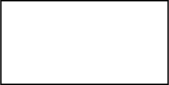
The draw.io diagram FM-INDEX.drawio.svg in csyourui/bgi_figure, before a commit. Source tidied: cells renumbered, new cells last; positions are measured from the earlier drawing's top-left corner, leaving out a move shared by most shapes.
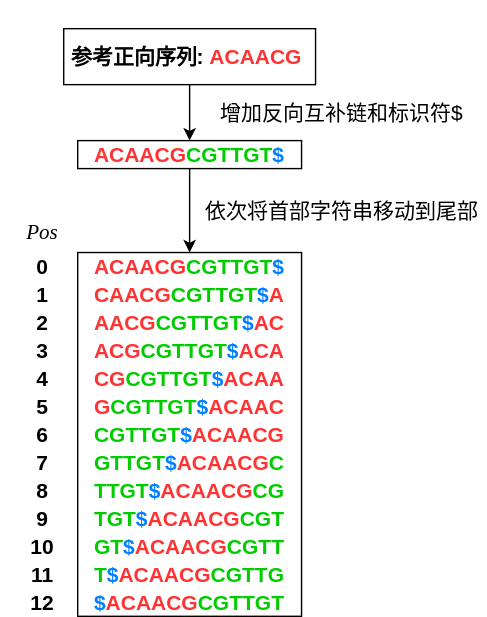
Above is the later version.

The edit, as a diff of the source:
```diff
@@ -2,8 +2,116 @@
   <root>
     <mxCell id="0" />
     <mxCell id="1" parent="0" />
+    <mxCell id="3" style="rounded=0;whiteSpace=wrap;html=1;fontSize=15;fontColor=#000000;strokeColor=default;" parent="1" vertex="1">
+      <mxGeometry y="80" width="160" height="260" as="geometry" />
+    </mxCell>
-    <mxCell id="2" style="rounded=0;whiteSpace=wrap;html=1;" parent="1" vertex="1">
-      <mxGeometry width="120" height="60" as="geometry" />
+    <mxCell id="2" value="&lt;font style=&quot;font-size: 15px;&quot;&gt;&lt;b&gt;&lt;font color=&quot;#ff3333&quot;&gt;ACAACG&lt;/font&gt;&lt;/b&gt;&lt;b&gt;&lt;font color=&quot;#00cc00&quot;&gt;CGTTGT&lt;/font&gt;&lt;/b&gt;&lt;/font&gt;&lt;b style=&quot;font-size: 15px;&quot;&gt;&lt;font color=&quot;#007fff&quot;&gt;$&lt;/font&gt;&lt;/b&gt;" style="rounded=0;whiteSpace=wrap;html=1;" parent="1" vertex="1">
+      <mxGeometry width="160" height="20" as="geometry" />
     </mxCell>
+    <mxCell id="4" style="group;" parent="1" vertex="1">
+      <mxGeometry x="-10" y="-100" width="280" height="30" as="geometry" />
+    </mxCell>
+    <mxCell id="5" value="&lt;div style=&quot;text-align: center;&quot;&gt;&lt;br&gt;&lt;/div&gt;" style="text;whiteSpace=wrap;html=1;fontSize=15;fontColor=#00CC00;" parent="4" vertex="1">
+      <mxGeometry width="170" height="30" as="geometry" />
+    </mxCell>
+    <mxCell id="6" style="edgeStyle=orthogonalEdgeStyle;rounded=0;jettySize=auto;html=1;fontSize=15;fontColor=#FF3333;" parent="1" edge="1" source="7" target="2">
+      <mxGeometry relative="1" as="geometry" />
+    </mxCell>
+    <mxCell id="7" value="&lt;b style=&quot;color: rgb(0, 204, 0);&quot;&gt;&lt;font color=&quot;#000000&quot;&gt;参考正向序列:&amp;nbsp;&lt;/font&gt;&lt;font color=&quot;#ff3333&quot;&gt;ACAACG&lt;/font&gt;&lt;font color=&quot;#000000&quot;&gt;&amp;nbsp;&lt;/font&gt;&lt;/b&gt;" style="rounded=0;whiteSpace=wrap;html=1;fontSize=15;fontColor=#FF3333;" parent="1" vertex="1">
+      <mxGeometry x="-10" y="-80" width="180" height="40" as="geometry" />
+    </mxCell>
+    <mxCell id="8" value="&lt;font color=&quot;#000000&quot;&gt;增加反向互补链和标识符$&lt;/font&gt;" style="text;html=1;strokeColor=none;fillColor=none;align=center;verticalAlign=middle;whiteSpace=wrap;rounded=0;fontSize=15;fontColor=#FF3333;" parent="1" vertex="1">
+      <mxGeometry x="94" y="-40" width="190" height="40" as="geometry" />
+    </mxCell>
+    <mxCell id="9" value="&lt;b&gt;&lt;font color=&quot;#ff3333&quot;&gt;ACAACG&lt;/font&gt;&lt;/b&gt;&lt;b&gt;&lt;font color=&quot;#00cc00&quot;&gt;CGTTGT&lt;/font&gt;&lt;font color=&quot;#007fff&quot;&gt;$&lt;/font&gt;&lt;/b&gt;" style="text;html=1;strokeColor=none;fillColor=none;align=center;verticalAlign=middle;whiteSpace=wrap;rounded=0;fontSize=15;fontColor=#000000;" parent="1" vertex="1">
+      <mxGeometry y="80" width="160" height="20" as="geometry" />
+    </mxCell>
+    <mxCell id="10" value="&lt;b&gt;&lt;font color=&quot;#ff3333&quot;&gt;CAACG&lt;/font&gt;&lt;/b&gt;&lt;b&gt;&lt;font color=&quot;#00cc00&quot;&gt;CGTTGT&lt;/font&gt;&lt;font color=&quot;#007fff&quot;&gt;$&lt;/font&gt;&lt;font color=&quot;#ff3333&quot;&gt;A&lt;/font&gt;&lt;/b&gt;" style="text;html=1;strokeColor=none;fillColor=none;align=center;verticalAlign=middle;whiteSpace=wrap;rounded=0;fontSize=15;fontColor=#000000;" parent="1" vertex="1">
+      <mxGeometry y="100" width="160" height="20" as="geometry" />
+    </mxCell>
+    <mxCell id="11" value="&lt;b&gt;&lt;font color=&quot;#ff3333&quot;&gt;AACG&lt;/font&gt;&lt;/b&gt;&lt;b&gt;&lt;font color=&quot;#00cc00&quot;&gt;CGTTGT&lt;/font&gt;&lt;font color=&quot;#007fff&quot;&gt;$&lt;/font&gt;&lt;font color=&quot;#ff3333&quot;&gt;AC&lt;/font&gt;&lt;/b&gt;" style="text;html=1;strokeColor=none;fillColor=none;align=center;verticalAlign=middle;whiteSpace=wrap;rounded=0;fontSize=15;fontColor=#000000;" parent="1" vertex="1">
+      <mxGeometry y="120" width="160" height="20" as="geometry" />
+    </mxCell>
+    <mxCell id="12" value="&lt;b&gt;&lt;font color=&quot;#ff3333&quot;&gt;ACG&lt;/font&gt;&lt;/b&gt;&lt;b&gt;&lt;font color=&quot;#00cc00&quot;&gt;CGTTGT&lt;/font&gt;&lt;font color=&quot;#007fff&quot;&gt;$&lt;/font&gt;&lt;font color=&quot;#ff3333&quot;&gt;ACA&lt;/font&gt;&lt;/b&gt;" style="text;html=1;strokeColor=none;fillColor=none;align=center;verticalAlign=middle;whiteSpace=wrap;rounded=0;fontSize=15;fontColor=#000000;" parent="1" vertex="1">
+      <mxGeometry y="140" width="160" height="20" as="geometry" />
+    </mxCell>
+    <mxCell id="13" value="&lt;b&gt;&lt;font color=&quot;#ff3333&quot;&gt;CG&lt;/font&gt;&lt;/b&gt;&lt;b&gt;&lt;font color=&quot;#00cc00&quot;&gt;CGTTGT&lt;/font&gt;&lt;font color=&quot;#007fff&quot;&gt;$&lt;/font&gt;&lt;font color=&quot;#ff3333&quot;&gt;ACAA&lt;/font&gt;&lt;/b&gt;" style="text;html=1;strokeColor=none;fillColor=none;align=center;verticalAlign=middle;whiteSpace=wrap;rounded=0;fontSize=15;fontColor=#000000;" parent="1" vertex="1">
+      <mxGeometry y="160" width="160" height="20" as="geometry" />
+    </mxCell>
+    <mxCell id="14" value="&lt;b&gt;&lt;font color=&quot;#ff3333&quot;&gt;G&lt;/font&gt;&lt;/b&gt;&lt;b&gt;&lt;font color=&quot;#00cc00&quot;&gt;CGTTGT&lt;/font&gt;&lt;font color=&quot;#007fff&quot;&gt;$&lt;/font&gt;&lt;font color=&quot;#ff3333&quot;&gt;ACAAC&lt;/font&gt;&lt;/b&gt;" style="text;html=1;strokeColor=none;fillColor=none;align=center;verticalAlign=middle;whiteSpace=wrap;rounded=0;fontSize=15;fontColor=#000000;" parent="1" vertex="1">
+      <mxGeometry y="180" width="160" height="20" as="geometry" />
+    </mxCell>
+    <mxCell id="15" value="&lt;b&gt;&lt;font color=&quot;#00cc00&quot;&gt;CGTTGT&lt;/font&gt;&lt;font color=&quot;#007fff&quot;&gt;$&lt;/font&gt;&lt;font color=&quot;#ff3333&quot;&gt;ACAACG&lt;/font&gt;&lt;/b&gt;" style="text;html=1;strokeColor=none;fillColor=none;align=center;verticalAlign=middle;whiteSpace=wrap;rounded=0;fontSize=15;fontColor=#000000;" parent="1" vertex="1">
+      <mxGeometry y="200" width="160" height="20" as="geometry" />
+    </mxCell>
+    <mxCell id="16" value="&lt;b&gt;&lt;font color=&quot;#00cc00&quot;&gt;GTTGT&lt;/font&gt;&lt;font color=&quot;#007fff&quot;&gt;$&lt;/font&gt;&lt;font color=&quot;#ff3333&quot;&gt;ACAACG&lt;/font&gt;&lt;/b&gt;&lt;b&gt;&lt;font color=&quot;#00cc00&quot;&gt;C&lt;/font&gt;&lt;/b&gt;" style="text;html=1;strokeColor=none;fillColor=none;align=center;verticalAlign=middle;whiteSpace=wrap;rounded=0;fontSize=15;fontColor=#000000;" parent="1" vertex="1">
+      <mxGeometry y="220" width="160" height="20" as="geometry" />
+    </mxCell>
+    <mxCell id="17" value="&lt;b&gt;&lt;font color=&quot;#00cc00&quot;&gt;TTGT&lt;/font&gt;&lt;font color=&quot;#007fff&quot;&gt;$&lt;/font&gt;&lt;font color=&quot;#ff3333&quot;&gt;ACAACG&lt;/font&gt;&lt;/b&gt;&lt;b&gt;&lt;font color=&quot;#00cc00&quot;&gt;CG&lt;/font&gt;&lt;/b&gt;" style="text;html=1;strokeColor=none;fillColor=none;align=center;verticalAlign=middle;whiteSpace=wrap;rounded=0;fontSize=15;fontColor=#000000;" parent="1" vertex="1">
+      <mxGeometry y="240" width="160" height="20" as="geometry" />
+    </mxCell>
+    <mxCell id="18" value="&lt;b&gt;&lt;font color=&quot;#00cc00&quot;&gt;TGT&lt;/font&gt;&lt;font color=&quot;#007fff&quot;&gt;$&lt;/font&gt;&lt;font color=&quot;#ff3333&quot;&gt;ACAACG&lt;/font&gt;&lt;/b&gt;&lt;b&gt;&lt;font color=&quot;#00cc00&quot;&gt;CGT&lt;/font&gt;&lt;/b&gt;" style="text;html=1;strokeColor=none;fillColor=none;align=center;verticalAlign=middle;whiteSpace=wrap;rounded=0;fontSize=15;fontColor=#000000;" parent="1" vertex="1">
+      <mxGeometry y="260" width="160" height="20" as="geometry" />
+    </mxCell>
+    <mxCell id="19" value="&lt;b&gt;&lt;font color=&quot;#00cc00&quot;&gt;GT&lt;/font&gt;&lt;font color=&quot;#007fff&quot;&gt;$&lt;/font&gt;&lt;font color=&quot;#ff3333&quot;&gt;ACAACG&lt;/font&gt;&lt;/b&gt;&lt;b&gt;&lt;font color=&quot;#00cc00&quot;&gt;CGTT&lt;/font&gt;&lt;/b&gt;" style="text;html=1;strokeColor=none;fillColor=none;align=center;verticalAlign=middle;whiteSpace=wrap;rounded=0;fontSize=15;fontColor=#000000;" parent="1" vertex="1">
+      <mxGeometry y="280" width="160" height="20" as="geometry" />
+    </mxCell>
+    <mxCell id="20" value="&lt;b&gt;&lt;font color=&quot;#00cc00&quot;&gt;T&lt;/font&gt;&lt;font color=&quot;#007fff&quot;&gt;$&lt;/font&gt;&lt;font color=&quot;#ff3333&quot;&gt;ACAACG&lt;/font&gt;&lt;/b&gt;&lt;b&gt;&lt;font color=&quot;#00cc00&quot;&gt;CGTTG&lt;/font&gt;&lt;/b&gt;" style="text;html=1;strokeColor=none;fillColor=none;align=center;verticalAlign=middle;whiteSpace=wrap;rounded=0;fontSize=15;fontColor=#000000;" parent="1" vertex="1">
+      <mxGeometry y="300" width="160" height="20" as="geometry" />
+    </mxCell>
+    <mxCell id="21" value="&lt;b&gt;&lt;font color=&quot;#007fff&quot;&gt;$&lt;/font&gt;&lt;font color=&quot;#ff3333&quot;&gt;ACAACG&lt;/font&gt;&lt;/b&gt;&lt;b&gt;&lt;font color=&quot;#00cc00&quot;&gt;CGTTGT&lt;/font&gt;&lt;/b&gt;" style="text;html=1;strokeColor=none;fillColor=none;align=center;verticalAlign=middle;whiteSpace=wrap;rounded=0;fontSize=15;fontColor=#000000;" parent="1" vertex="1">
+      <mxGeometry y="320" width="160" height="20" as="geometry" />
+    </mxCell>
+    <mxCell id="22" value="&lt;font face=&quot;Times New Roman&quot;&gt;&lt;i&gt;Pos&lt;/i&gt;&lt;/font&gt;" style="text;html=1;strokeColor=none;fillColor=none;align=center;verticalAlign=middle;whiteSpace=wrap;rounded=0;fontSize=15;fontColor=#000000;" parent="1" vertex="1">
+      <mxGeometry x="-55" y="50" width="60" height="30" as="geometry" />
+    </mxCell>
+    <mxCell id="23" style="group;" parent="1" vertex="1">
+      <mxGeometry x="-40" y="80" width="30" height="260" as="geometry" />
+    </mxCell>
+    <mxCell id="24" value="&lt;font&gt;&lt;b&gt;0&lt;/b&gt;&lt;/font&gt;" style="text;html=1;strokeColor=none;fillColor=none;align=center;verticalAlign=middle;whiteSpace=wrap;rounded=0;fontSize=15;fontColor=#000000;" parent="23" vertex="1">
+      <mxGeometry width="30" height="20" as="geometry" />
+    </mxCell>
+    <mxCell id="25" value="&lt;font&gt;&lt;b&gt;1&lt;/b&gt;&lt;/font&gt;" style="text;html=1;strokeColor=none;fillColor=none;align=center;verticalAlign=middle;whiteSpace=wrap;rounded=0;fontSize=15;fontColor=#000000;" parent="23" vertex="1">
+      <mxGeometry y="20" width="30" height="20" as="geometry" />
+    </mxCell>
+    <mxCell id="26" value="&lt;font&gt;&lt;b&gt;2&lt;/b&gt;&lt;/font&gt;" style="text;html=1;strokeColor=none;fillColor=none;align=center;verticalAlign=middle;whiteSpace=wrap;rounded=0;fontSize=15;fontColor=#000000;" parent="23" vertex="1">
+      <mxGeometry y="40" width="30" height="20" as="geometry" />
+    </mxCell>
+    <mxCell id="27" value="&lt;font&gt;&lt;b&gt;3&lt;/b&gt;&lt;/font&gt;" style="text;html=1;strokeColor=none;fillColor=none;align=center;verticalAlign=middle;whiteSpace=wrap;rounded=0;fontSize=15;fontColor=#000000;" parent="23" vertex="1">
+      <mxGeometry y="60" width="30" height="20" as="geometry" />
+    </mxCell>
+    <mxCell id="28" value="&lt;font&gt;&lt;b&gt;4&lt;/b&gt;&lt;/font&gt;" style="text;html=1;strokeColor=none;fillColor=none;align=center;verticalAlign=middle;whiteSpace=wrap;rounded=0;fontSize=15;fontColor=#000000;" parent="23" vertex="1">
+      <mxGeometry y="80" width="30" height="20" as="geometry" />
+    </mxCell>
+    <mxCell id="29" value="&lt;font&gt;&lt;b&gt;5&lt;/b&gt;&lt;/font&gt;" style="text;html=1;strokeColor=none;fillColor=none;align=center;verticalAlign=middle;whiteSpace=wrap;rounded=0;fontSize=15;fontColor=#000000;" parent="23" vertex="1">
+      <mxGeometry y="100" width="30" height="20" as="geometry" />
+    </mxCell>
+    <mxCell id="30" value="&lt;font&gt;&lt;b&gt;6&lt;/b&gt;&lt;/font&gt;" style="text;html=1;strokeColor=none;fillColor=none;align=center;verticalAlign=middle;whiteSpace=wrap;rounded=0;fontSize=15;fontColor=#000000;" parent="23" vertex="1">
+      <mxGeometry y="120" width="30" height="20" as="geometry" />
+    </mxCell>
+    <mxCell id="31" value="&lt;font&gt;&lt;b&gt;7&lt;/b&gt;&lt;/font&gt;" style="text;html=1;strokeColor=none;fillColor=none;align=center;verticalAlign=middle;whiteSpace=wrap;rounded=0;fontSize=15;fontColor=#000000;" parent="23" vertex="1">
+      <mxGeometry y="140" width="30" height="20" as="geometry" />
+    </mxCell>
+    <mxCell id="32" value="&lt;font&gt;&lt;b&gt;8&lt;/b&gt;&lt;/font&gt;" style="text;html=1;strokeColor=none;fillColor=none;align=center;verticalAlign=middle;whiteSpace=wrap;rounded=0;fontSize=15;fontColor=#000000;" parent="23" vertex="1">
+      <mxGeometry y="160" width="30" height="20" as="geometry" />
+    </mxCell>
+    <mxCell id="33" value="&lt;font&gt;&lt;b&gt;9&lt;/b&gt;&lt;/font&gt;" style="text;html=1;strokeColor=none;fillColor=none;align=center;verticalAlign=middle;whiteSpace=wrap;rounded=0;fontSize=15;fontColor=#000000;" parent="23" vertex="1">
+      <mxGeometry y="180" width="30" height="20" as="geometry" />
+    </mxCell>
+    <mxCell id="34" value="&lt;font&gt;&lt;b&gt;10&lt;/b&gt;&lt;/font&gt;" style="text;html=1;strokeColor=none;fillColor=none;align=center;verticalAlign=middle;whiteSpace=wrap;rounded=0;fontSize=15;fontColor=#000000;" parent="23" vertex="1">
+      <mxGeometry y="200" width="30" height="20" as="geometry" />
+    </mxCell>
+    <mxCell id="35" value="&lt;font&gt;&lt;b&gt;11&lt;/b&gt;&lt;/font&gt;" style="text;html=1;strokeColor=none;fillColor=none;align=center;verticalAlign=middle;whiteSpace=wrap;rounded=0;fontSize=15;fontColor=#000000;" parent="23" vertex="1">
+      <mxGeometry y="220" width="30" height="20" as="geometry" />
+    </mxCell>
+    <mxCell id="36" value="&lt;font&gt;&lt;b&gt;12&lt;/b&gt;&lt;/font&gt;" style="text;html=1;strokeColor=none;fillColor=none;align=center;verticalAlign=middle;whiteSpace=wrap;rounded=0;fontSize=15;fontColor=#000000;" parent="23" vertex="1">
+      <mxGeometry y="240" width="30" height="20" as="geometry" />
+    </mxCell>
+    <mxCell id="37" style="endArrow=classic;html=1;rounded=0;fontFamily=Times New Roman;fontSize=15;fontColor=#000000;exitX=0.5;exitY=1;exitDx=0;exitDy=0;entryX=0.5;entryY=0;entryDx=0;entryDy=0;" parent="1" edge="1" source="2" target="9">
+      <mxGeometry relative="1" as="geometry" />
+    </mxCell>
+    <mxCell id="38" value="&lt;font color=&quot;#000000&quot;&gt;依次将首部字符串移动到尾部&lt;/font&gt;" style="text;html=1;strokeColor=none;fillColor=none;align=center;verticalAlign=middle;whiteSpace=wrap;rounded=0;fontSize=15;fontColor=#FF3333;" parent="1" vertex="1">
+      <mxGeometry x="86" y="30" width="206" height="40" as="geometry" />
+    </mxCell>
   </root>
 </mxGraphModel>
```
